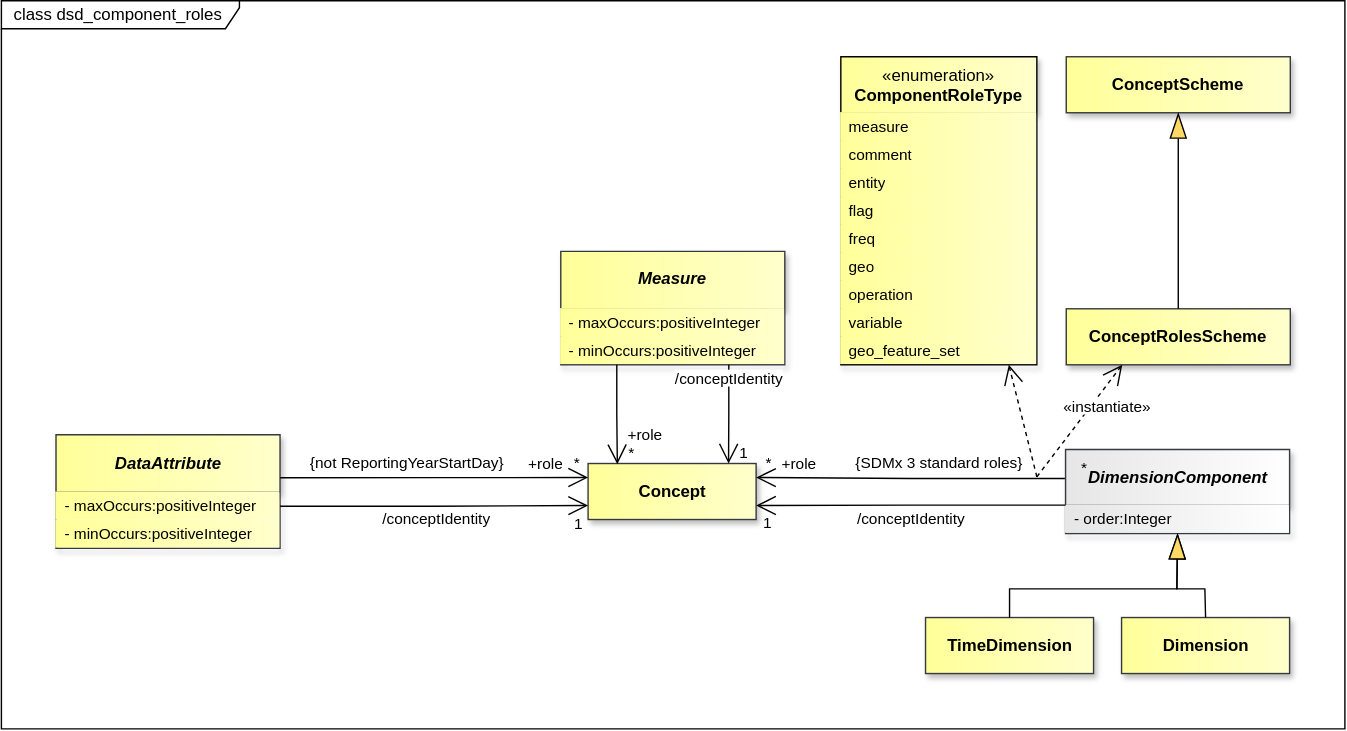
Before: docs/technical_notes/media/sdmx_datastructure-datastructure_component_roles.svg, a diagram exported from draw.io (sdmx-twg/sdmx-im). Source tidied: cells renumbered, new cells last; positions are measured from the earlier drawing's top-left corner, leaving out a move shared by most shapes.
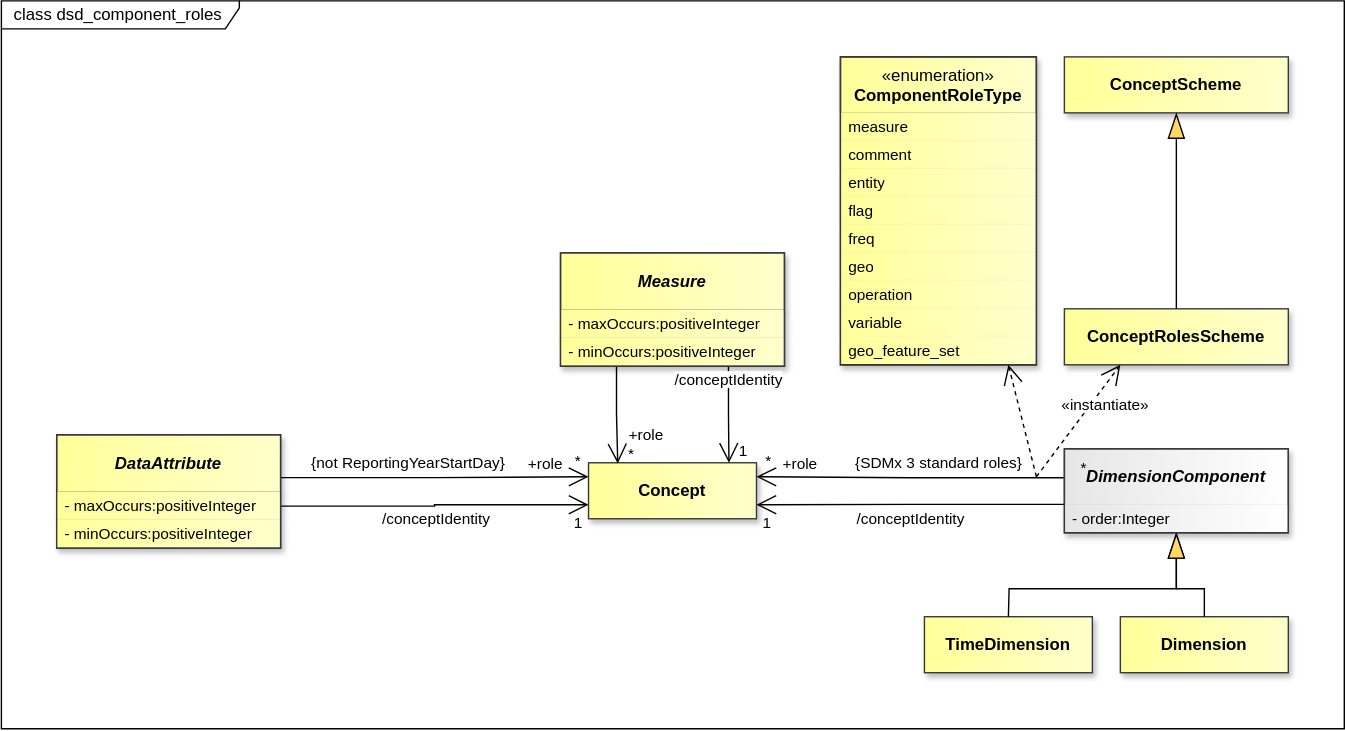
The same diagram one commit later.

Diff of the diagram source:
```diff
@@ -69,72 +69,72 @@
       <mxGeometry relative="1" as="geometry" />
     </mxCell>
     <mxCell id="24" value="DataAttribute" style="swimlane;fontStyle=3;align=center;verticalAlign=middle;horizontal=1;startSize=41;whiteSpace=wrap;html=1;strokeColor=#36393d;fontFamily=Helvetica;fontSize=12;fillColor=light-dark(#FFFF99,#FFFF99);gradientDirection=east;gradientColor=light-dark(#FFFFCC,#FFFFCC);fontColor=light-dark(#000000,#000000);shadow=1;" parent="1" vertex="1">
-      <mxGeometry x="39.5" y="310" width="160" height="81" as="geometry" />
+      <mxGeometry x="40" y="310" width="160" height="81" as="geometry" />
     </mxCell>
-    <mxCell id="25" value="- maxOccurs:positiveInteger" style="text;strokeColor=none;fillColor=light-dark(#FFFF99,#FFFF99);align=left;verticalAlign=middle;spacingLeft=4;spacingRight=4;overflow=hidden;points=[[0,0.5],[1,0.5]];portConstraint=eastwest;whiteSpace=wrap;html=1;fontFamily=Helvetica;fontSize=11;fontColor=light-dark(#000000,#000000);fontStyle=0;gradientColor=light-dark(#FFFFCC,#FFFFCC);gradientDirection=east;" parent="24" vertex="1">
+    <mxCell id="25" value="- maxOccurs:positiveInteger" style="text;strokeColor=none;fillColor=light-dark(#FFFF99,#FFFF99);align=left;verticalAlign=middle;spacingLeft=4;spacingRight=4;overflow=hidden;points=[[0,0.5],[1,0.5]];portConstraint=eastwest;whiteSpace=wrap;html=1;fontFamily=Helvetica;fontSize=11;fontColor=light-dark(#000000,#000000);fontStyle=0;gradientColor=light-dark(#FFFFCC,#FFFFCC);gradientDirection=east;shadow=1;" parent="24" vertex="1">
       <mxGeometry y="41" width="160" height="20" as="geometry" />
     </mxCell>
-    <mxCell id="26" value="- minOccurs:positiveInteger" style="text;strokeColor=none;fillColor=light-dark(#FFFF99,#FFFF99);align=left;verticalAlign=middle;spacingLeft=4;spacingRight=4;overflow=hidden;whiteSpace=wrap;html=1;fontFamily=Helvetica;fontSize=11;fontColor=light-dark(#000000,#000000);fontStyle=0;gradientColor=light-dark(#FFFFCC,#FFFFCC);gradientDirection=east;" parent="24" vertex="1">
+    <mxCell id="26" value="- minOccurs:positiveInteger" style="text;strokeColor=none;fillColor=light-dark(#FFFF99,#FFFF99);align=left;verticalAlign=middle;spacingLeft=4;spacingRight=4;overflow=hidden;whiteSpace=wrap;html=1;fontFamily=Helvetica;fontSize=11;fontColor=light-dark(#000000,#000000);fontStyle=0;gradientColor=light-dark(#FFFFCC,#FFFFCC);gradientDirection=east;shadow=1;" parent="24" vertex="1">
       <mxGeometry y="61" width="160" height="20" as="geometry" />
     </mxCell>
     <mxCell id="27" value="Measure" style="swimlane;fontStyle=3;align=center;verticalAlign=middle;horizontal=1;startSize=41;whiteSpace=wrap;html=1;strokeColor=#36393d;fontFamily=Helvetica;fontSize=12;fillColor=light-dark(#FFFF99,#FFFF99);gradientDirection=east;gradientColor=light-dark(#FFFFCC,#FFFFCC);fontColor=light-dark(#000000,#000000);shadow=1;" parent="1" vertex="1">
-      <mxGeometry x="400" y="179" width="160" height="81" as="geometry" />
+      <mxGeometry x="400" y="180" width="160" height="81" as="geometry" />
     </mxCell>
-    <mxCell id="28" value="- maxOccurs:positiveInteger" style="text;strokeColor=none;fillColor=light-dark(#FFFF99,#FFFF99);align=left;verticalAlign=middle;spacingLeft=4;spacingRight=4;overflow=hidden;whiteSpace=wrap;html=1;fontFamily=Helvetica;fontSize=11;fontColor=light-dark(#000000,#000000);fontStyle=0;gradientColor=light-dark(#FFFFCC,#FFFFCC);gradientDirection=east;" parent="27" vertex="1">
+    <mxCell id="28" value="- maxOccurs:positiveInteger" style="text;strokeColor=none;fillColor=light-dark(#FFFF99,#FFFF99);align=left;verticalAlign=middle;spacingLeft=4;spacingRight=4;overflow=hidden;whiteSpace=wrap;html=1;fontFamily=Helvetica;fontSize=11;fontColor=light-dark(#000000,#000000);fontStyle=0;gradientColor=light-dark(#FFFFCC,#FFFFCC);gradientDirection=east;shadow=1;" parent="27" vertex="1">
       <mxGeometry y="41" width="160" height="20" as="geometry" />
     </mxCell>
-    <mxCell id="29" value="- minOccurs:positiveInteger" style="text;strokeColor=none;fillColor=light-dark(#FFFF99,#FFFF99);align=left;verticalAlign=middle;spacingLeft=4;spacingRight=4;overflow=hidden;points=[[0,0.5],[1,0.5]];portConstraint=eastwest;whiteSpace=wrap;html=1;fontFamily=Helvetica;fontSize=11;fontColor=light-dark(#000000,#000000);fontStyle=0;gradientColor=light-dark(#FFFFCC,#FFFFCC);gradientDirection=east;" parent="27" vertex="1">
+    <mxCell id="29" value="- minOccurs:positiveInteger" style="text;strokeColor=none;fillColor=light-dark(#FFFF99,#FFFF99);align=left;verticalAlign=middle;spacingLeft=4;spacingRight=4;overflow=hidden;points=[[0,0.5],[1,0.5]];portConstraint=eastwest;whiteSpace=wrap;html=1;fontFamily=Helvetica;fontSize=11;fontColor=light-dark(#000000,#000000);fontStyle=0;gradientColor=light-dark(#FFFFCC,#FFFFCC);gradientDirection=east;shadow=1;" parent="27" vertex="1">
       <mxGeometry y="61" width="160" height="20" as="geometry" />
     </mxCell>
     <mxCell id="30" value="&lt;span&gt;&lt;span&gt;Concept&lt;/span&gt;&lt;/span&gt;" style="whiteSpace=wrap;html=1;verticalAlign=middle;gradientDirection=east;imageVerticalAlign=top;fontStyle=1;fillColor=light-dark(#FFFF99,#FFFF99);strokeColor=#36393d;fontColor=light-dark(#000000,#000000);gradientColor=light-dark(#FFFFCC,#FFFFCC);shadow=1;" parent="1" vertex="1">
-      <mxGeometry x="419.5" y="330.5" width="120" height="40" as="geometry" />
+      <mxGeometry x="420" y="330" width="120" height="40" as="geometry" />
     </mxCell>
     <mxCell id="31" value="&lt;span&gt;&lt;span&gt;ConceptScheme&lt;/span&gt;&lt;/span&gt;" style="whiteSpace=wrap;html=1;verticalAlign=middle;gradientDirection=east;imageVerticalAlign=top;fontStyle=1;fillColor=light-dark(#FFFF99,#FFFF99);strokeColor=#36393d;fontColor=light-dark(#000000,#000000);gradientColor=light-dark(#FFFFCC,#FFFFCC);shadow=1;" parent="1" vertex="1">
-      <mxGeometry x="761" y="40" width="160" height="40" as="geometry" />
+      <mxGeometry x="760" y="40" width="160" height="40" as="geometry" />
     </mxCell>
     <mxCell id="32" value="Dimension" style="whiteSpace=wrap;html=1;verticalAlign=middle;gradientDirection=east;imageVerticalAlign=top;fontStyle=1;fillColor=light-dark(#FFFF99,#FFFF99);strokeColor=#36393d;fontColor=light-dark(#000000,#000000);gradientColor=light-dark(#FFFFCC,#FFFFCC);shadow=1;" parent="1" vertex="1">
-      <mxGeometry x="800.5" y="440.5" width="120" height="40" as="geometry" />
+      <mxGeometry x="800" y="440" width="120" height="40" as="geometry" />
     </mxCell>
     <mxCell id="33" value="TimeDimension" style="whiteSpace=wrap;html=1;verticalAlign=middle;gradientDirection=east;imageVerticalAlign=top;fontStyle=1;fillColor=light-dark(#FFFF99,#FFFF99);strokeColor=#36393d;fontColor=light-dark(#000000,#000000);gradientColor=light-dark(#FFFFCC,#FFFFCC);shadow=1;" parent="1" vertex="1">
-      <mxGeometry x="660.5" y="440.5" width="120" height="40" as="geometry" />
+      <mxGeometry x="660" y="440" width="120" height="40" as="geometry" />
     </mxCell>
     <mxCell id="34" value="DimensionComponent" style="swimlane;fontStyle=3;align=center;verticalAlign=middle;horizontal=1;startSize=40;whiteSpace=wrap;html=1;strokeColor=#36393d;fontFamily=Helvetica;fontSize=12;fillColor=light-dark(#E6E6E6,#E6E6E6);gradientDirection=east;gradientColor=light-dark(#FFFFFF,#FFFFFF);fontColor=light-dark(#000000,#000000);shadow=1;" parent="1" vertex="1">
-      <mxGeometry x="760.5" y="320.5" width="160" height="60" as="geometry" />
+      <mxGeometry x="760" y="320" width="160" height="60" as="geometry" />
     </mxCell>
-    <mxCell id="35" value="- order:Integer" style="text;strokeColor=none;fillColor=light-dark(#E6E6E6,#E6E6E6);align=left;verticalAlign=middle;spacingLeft=4;spacingRight=4;overflow=hidden;points=[[0,0.5],[1,0.5]];portConstraint=eastwest;whiteSpace=wrap;html=1;fontFamily=Helvetica;fontSize=11;fontColor=light-dark(#000000,#000000);fontStyle=0;gradientColor=light-dark(#FFFFFF,#FFFFFF);gradientDirection=east;" parent="34" vertex="1">
+    <mxCell id="35" value="- order:Integer" style="text;strokeColor=none;fillColor=light-dark(#E6E6E6,#E6E6E6);align=left;verticalAlign=middle;spacingLeft=4;spacingRight=4;overflow=hidden;points=[[0,0.5],[1,0.5]];portConstraint=eastwest;whiteSpace=wrap;html=1;fontFamily=Helvetica;fontSize=11;fontColor=light-dark(#000000,#000000);fontStyle=0;gradientColor=light-dark(#FFFFFF,#FFFFFF);gradientDirection=east;shadow=1;" parent="34" vertex="1">
       <mxGeometry y="40" width="160" height="20" as="geometry" />
     </mxCell>
     <mxCell id="36" value="&lt;span&gt;&lt;span&gt;ConceptRolesScheme&lt;/span&gt;&lt;/span&gt;" style="whiteSpace=wrap;html=1;verticalAlign=middle;gradientDirection=east;imageVerticalAlign=top;fontStyle=1;fillColor=light-dark(#FFFF99,#FFFF99);strokeColor=#36393d;fontColor=light-dark(#000000,#000000);gradientColor=light-dark(#FFFFCC,#FFFFCC);shadow=1;" parent="1" vertex="1">
-      <mxGeometry x="761" y="220" width="160" height="40" as="geometry" />
+      <mxGeometry x="760" y="220" width="160" height="40" as="geometry" />
     </mxCell>
     <mxCell id="37" value="&lt;span style=&quot;font-weight: normal;&quot;&gt;«enumeration»&lt;/span&gt;&lt;br&gt;ComponentRoleType" style="swimlane;fontStyle=1;align=center;verticalAlign=top;horizontal=1;startSize=40;whiteSpace=wrap;html=1;fillColor=light-dark(#FFFF99,#FFFF99);strokeColor=light-dark(#000000,#000000);gradientDirection=east;swimlaneLine=1;fontColor=light-dark(#000000,#000000);labelBackgroundColor=none;textShadow=0;gradientColor=light-dark(#FFFFCC,#FFFFCC);shadow=1;" parent="1" vertex="1">
       <mxGeometry x="600" y="40" width="140" height="220" as="geometry" />
     </mxCell>
-    <mxCell id="38" value="measure" style="text;strokeColor=none;fillColor=light-dark(#FFFF99,#FFFF99);align=left;verticalAlign=middle;spacingLeft=4;spacingRight=4;overflow=hidden;whiteSpace=wrap;html=1;fontFamily=Helvetica;fontSize=11;fontColor=light-dark(#000000,#000000);gradientColor=light-dark(#FFFFCC,#FFFFCC);gradientDirection=east;" parent="37" vertex="1">
+    <mxCell id="38" value="measure" style="text;strokeColor=none;fillColor=light-dark(#FFFF99,#FFFF99);align=left;verticalAlign=middle;spacingLeft=4;spacingRight=4;overflow=hidden;whiteSpace=wrap;html=1;fontFamily=Helvetica;fontSize=11;fontColor=light-dark(#000000,#000000);gradientColor=light-dark(#FFFFCC,#FFFFCC);gradientDirection=east;shadow=1;" parent="37" vertex="1">
       <mxGeometry y="40" width="140" height="20" as="geometry" />
     </mxCell>
-    <mxCell id="39" value="comment" style="text;strokeColor=none;fillColor=light-dark(#FFFF99,#FFFF99);align=left;verticalAlign=middle;spacingLeft=4;spacingRight=4;overflow=hidden;whiteSpace=wrap;html=1;fontFamily=Helvetica;fontSize=11;fontColor=light-dark(#000000,#000000);gradientColor=light-dark(#FFFFCC,#FFFFCC);gradientDirection=east;" parent="37" vertex="1">
+    <mxCell id="39" value="comment" style="text;strokeColor=none;fillColor=light-dark(#FFFF99,#FFFF99);align=left;verticalAlign=middle;spacingLeft=4;spacingRight=4;overflow=hidden;whiteSpace=wrap;html=1;fontFamily=Helvetica;fontSize=11;fontColor=light-dark(#000000,#000000);gradientColor=light-dark(#FFFFCC,#FFFFCC);gradientDirection=east;shadow=1;" parent="37" vertex="1">
       <mxGeometry y="60" width="140" height="20" as="geometry" />
     </mxCell>
-    <mxCell id="40" value="entity" style="text;strokeColor=none;fillColor=light-dark(#FFFF99,#FFFF99);align=left;verticalAlign=middle;spacingLeft=4;spacingRight=4;overflow=hidden;whiteSpace=wrap;html=1;fontFamily=Helvetica;fontSize=11;fontColor=light-dark(#000000,#000000);gradientColor=light-dark(#FFFFCC,#FFFFCC);gradientDirection=east;" parent="37" vertex="1">
+    <mxCell id="40" value="entity" style="text;strokeColor=none;fillColor=light-dark(#FFFF99,#FFFF99);align=left;verticalAlign=middle;spacingLeft=4;spacingRight=4;overflow=hidden;whiteSpace=wrap;html=1;fontFamily=Helvetica;fontSize=11;fontColor=light-dark(#000000,#000000);gradientColor=light-dark(#FFFFCC,#FFFFCC);gradientDirection=east;shadow=1;" parent="37" vertex="1">
       <mxGeometry y="80" width="140" height="20" as="geometry" />
     </mxCell>
-    <mxCell id="41" value="flag" style="text;strokeColor=none;fillColor=light-dark(#FFFF99,#FFFF99);align=left;verticalAlign=middle;spacingLeft=4;spacingRight=4;overflow=hidden;whiteSpace=wrap;html=1;fontFamily=Helvetica;fontSize=11;fontColor=light-dark(#000000,#000000);gradientColor=light-dark(#FFFFCC,#FFFFCC);gradientDirection=east;" parent="37" vertex="1">
+    <mxCell id="41" value="flag" style="text;strokeColor=none;fillColor=light-dark(#FFFF99,#FFFF99);align=left;verticalAlign=middle;spacingLeft=4;spacingRight=4;overflow=hidden;whiteSpace=wrap;html=1;fontFamily=Helvetica;fontSize=11;fontColor=light-dark(#000000,#000000);gradientColor=light-dark(#FFFFCC,#FFFFCC);gradientDirection=east;shadow=1;" parent="37" vertex="1">
       <mxGeometry y="100" width="140" height="20" as="geometry" />
     </mxCell>
-    <mxCell id="42" value="freq" style="text;strokeColor=none;fillColor=light-dark(#FFFF99,#FFFF99);align=left;verticalAlign=middle;spacingLeft=4;spacingRight=4;overflow=hidden;whiteSpace=wrap;html=1;fontFamily=Helvetica;fontSize=11;fontColor=light-dark(#000000,#000000);gradientColor=light-dark(#FFFFCC,#FFFFCC);gradientDirection=east;" parent="37" vertex="1">
+    <mxCell id="42" value="freq" style="text;strokeColor=none;fillColor=light-dark(#FFFF99,#FFFF99);align=left;verticalAlign=middle;spacingLeft=4;spacingRight=4;overflow=hidden;whiteSpace=wrap;html=1;fontFamily=Helvetica;fontSize=11;fontColor=light-dark(#000000,#000000);gradientColor=light-dark(#FFFFCC,#FFFFCC);gradientDirection=east;shadow=1;" parent="37" vertex="1">
       <mxGeometry y="120" width="140" height="20" as="geometry" />
     </mxCell>
-    <mxCell id="43" value="geo" style="text;strokeColor=none;fillColor=light-dark(#FFFF99,#FFFF99);align=left;verticalAlign=middle;spacingLeft=4;spacingRight=4;overflow=hidden;whiteSpace=wrap;html=1;fontFamily=Helvetica;fontSize=11;fontColor=light-dark(#000000,#000000);gradientColor=light-dark(#FFFFCC,#FFFFCC);gradientDirection=east;" parent="37" vertex="1">
+    <mxCell id="43" value="geo" style="text;strokeColor=none;fillColor=light-dark(#FFFF99,#FFFF99);align=left;verticalAlign=middle;spacingLeft=4;spacingRight=4;overflow=hidden;whiteSpace=wrap;html=1;fontFamily=Helvetica;fontSize=11;fontColor=light-dark(#000000,#000000);gradientColor=light-dark(#FFFFCC,#FFFFCC);gradientDirection=east;shadow=1;" parent="37" vertex="1">
       <mxGeometry y="140" width="140" height="20" as="geometry" />
     </mxCell>
-    <mxCell id="44" value="operation" style="text;strokeColor=none;fillColor=light-dark(#FFFF99,#FFFF99);align=left;verticalAlign=middle;spacingLeft=4;spacingRight=4;overflow=hidden;whiteSpace=wrap;html=1;fontFamily=Helvetica;fontSize=11;fontColor=light-dark(#000000,#000000);gradientColor=light-dark(#FFFFCC,#FFFFCC);gradientDirection=east;" parent="37" vertex="1">
+    <mxCell id="44" value="operation" style="text;strokeColor=none;fillColor=light-dark(#FFFF99,#FFFF99);align=left;verticalAlign=middle;spacingLeft=4;spacingRight=4;overflow=hidden;whiteSpace=wrap;html=1;fontFamily=Helvetica;fontSize=11;fontColor=light-dark(#000000,#000000);gradientColor=light-dark(#FFFFCC,#FFFFCC);gradientDirection=east;shadow=1;" parent="37" vertex="1">
       <mxGeometry y="160" width="140" height="20" as="geometry" />
     </mxCell>
-    <mxCell id="45" value="variable" style="text;strokeColor=none;fillColor=light-dark(#FFFF99,#FFFF99);align=left;verticalAlign=middle;spacingLeft=4;spacingRight=4;overflow=hidden;whiteSpace=wrap;html=1;fontFamily=Helvetica;fontSize=11;fontColor=light-dark(#000000,#000000);gradientColor=light-dark(#FFFFCC,#FFFFCC);gradientDirection=east;" parent="37" vertex="1">
+    <mxCell id="45" value="variable" style="text;strokeColor=none;fillColor=light-dark(#FFFF99,#FFFF99);align=left;verticalAlign=middle;spacingLeft=4;spacingRight=4;overflow=hidden;whiteSpace=wrap;html=1;fontFamily=Helvetica;fontSize=11;fontColor=light-dark(#000000,#000000);gradientColor=light-dark(#FFFFCC,#FFFFCC);gradientDirection=east;shadow=1;" parent="37" vertex="1">
       <mxGeometry y="180" width="140" height="20" as="geometry" />
     </mxCell>
-    <mxCell id="46" value="geo_feature_set" style="text;strokeColor=none;fillColor=light-dark(#FFFF99,#FFFF99);align=left;verticalAlign=middle;spacingLeft=4;spacingRight=4;overflow=hidden;points=[[0,0.5],[1,0.5]];portConstraint=eastwest;whiteSpace=wrap;html=1;fontFamily=Helvetica;fontSize=11;fontColor=light-dark(#000000,#000000);gradientColor=light-dark(#FFFFCC,#FFFFCC);gradientDirection=east;" parent="37" vertex="1">
+    <mxCell id="46" value="geo_feature_set" style="text;strokeColor=none;fillColor=light-dark(#FFFF99,#FFFF99);align=left;verticalAlign=middle;spacingLeft=4;spacingRight=4;overflow=hidden;points=[[0,0.5],[1,0.5]];portConstraint=eastwest;whiteSpace=wrap;html=1;fontFamily=Helvetica;fontSize=11;fontColor=light-dark(#000000,#000000);gradientColor=light-dark(#FFFFCC,#FFFFCC);gradientDirection=east;shadow=1;" parent="37" vertex="1">
       <mxGeometry y="200" width="140" height="20" as="geometry" />
     </mxCell>
     <mxCell id="47" style="endArrow=blockThin;endSize=16;endFill=1;html=1;rounded=0;entryX=0.5;entryY=1;entryDx=0;entryDy=0;startFill=0;endFillColor=light-dark(#FFD966,#FFD966);strokeColor=light-dark(#000000,#FFFFFF);startFillColor=light-dark(#000000,#FFFFFF);labelBackgroundColor=none;labelBorderColor=light-dark(#000000,#FFFFFF);exitX=0.5;exitY=0;exitDx=0;exitDy=0;" parent="1" edge="1" source="36" target="31">
@@ -235,5 +235,17 @@
         <mxPoint x="740" y="340" as="sourcePoint" />
       </mxGeometry>
     </mxCell>
+    <mxCell id="67" style="rounded=0;whiteSpace=wrap;html=1;fillColor=none;strokeColor=#36393D;" parent="1" vertex="1">
+      <mxGeometry x="400" y="180" width="160" height="81" as="geometry" />
+    </mxCell>
+    <mxCell id="68" style="rounded=0;whiteSpace=wrap;html=1;fillColor=none;strokeColor=#36393D;" parent="1" vertex="1">
+      <mxGeometry x="40" y="310" width="160" height="81" as="geometry" />
+    </mxCell>
+    <mxCell id="69" style="rounded=0;whiteSpace=wrap;html=1;fillColor=none;strokeColor=#36393D;" parent="1" vertex="1">
+      <mxGeometry x="600" y="40" width="140" height="220" as="geometry" />
+    </mxCell>
+    <mxCell id="70" style="rounded=0;whiteSpace=wrap;html=1;fillColor=none;strokeColor=#36393D;" parent="1" vertex="1">
+      <mxGeometry x="760" y="320" width="160" height="60" as="geometry" />
+    </mxCell>
   </root>
 </mxGraphModel>
```
